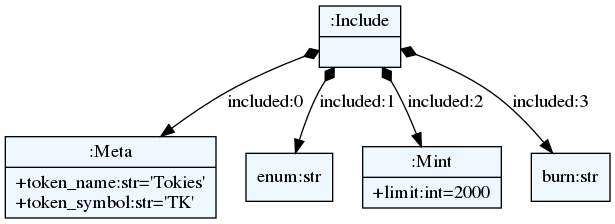
Earlier version of the Graphviz export dsl/model.nft.dot.png (DanChirtoaca/nfty). Its source is kept beside it as dsl/model.nft.dot. The source it was exported from:
```dot
    digraph xtext {
    fontname = "Bitstream Vera Sans"
    fontsize = 8
    node[
        shape=record,
        style=filled,
        fillcolor=aliceblue
    ]
    nodesep = 0.3
    edge[dir=black,arrowtail=empty]


140279166043808 -> 140279165588704 [label="included:0" arrowtail=diamond dir=both]
140279165588704[label="{:Meta|+token_name:str='Tokies'\l+token_symbol:str='TK'\l}"]
140279166043808 -> "enum:str" [label="included:1" arrowtail=diamond dir=both]
140279166043808 -> 140279165591056 [label="included:2" arrowtail=diamond dir=both]
140279165591056[label="{:Mint|+limit:int=2000\l}"]
140279166043808 -> "burn:str" [label="included:3" arrowtail=diamond dir=both]
140279166043808[label="{:Include|}"]

}
```
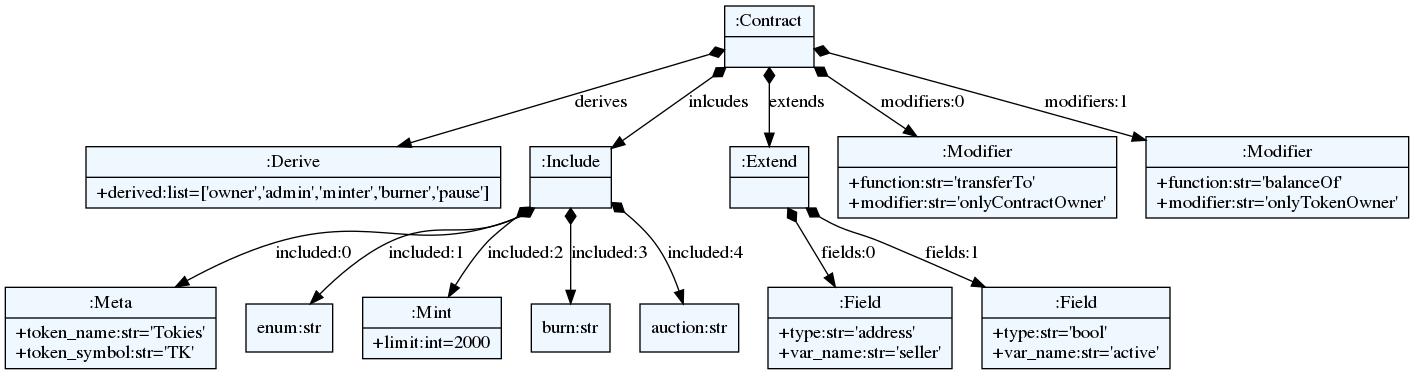
The same diagram one commit later.

The edit, as a diff of the source:
```diff
@@ -10,12 +10,27 @@
     edge[dir=black,arrowtail=empty]
 
 
-140279166043808 -> 140279165588704 [label="included:0" arrowtail=diamond dir=both]
-140279165588704[label="{:Meta|+token_name:str='Tokies'\l+token_symbol:str='TK'\l}"]
-140279166043808 -> "enum:str" [label="included:1" arrowtail=diamond dir=both]
-140279166043808 -> 140279165591056 [label="included:2" arrowtail=diamond dir=both]
-140279165591056[label="{:Mint|+limit:int=2000\l}"]
-140279166043808 -> "burn:str" [label="included:3" arrowtail=diamond dir=both]
-140279166043808[label="{:Include|}"]
+140593873138800 -> 140593873170672 [label="derives" arrowtail=diamond dir=both]
+140593873170672[label="{:Derive|+derived:list=['owner','admin','minter','burner','pause']\l}"]
+140593873138800 -> 140593873171232 [label="inlcudes" arrowtail=diamond dir=both]
+140593873171232 -> 140593873171456 [label="included:0" arrowtail=diamond dir=both]
+140593873171456[label="{:Meta|+token_name:str='Tokies'\l+token_symbol:str='TK'\l}"]
+140593873171232 -> "enum:str" [label="included:1" arrowtail=diamond dir=both]
+140593873171232 -> 140593873171512 [label="included:2" arrowtail=diamond dir=both]
+140593873171512[label="{:Mint|+limit:int=2000\l}"]
+140593873171232 -> "burn:str" [label="included:3" arrowtail=diamond dir=both]
+140593873171232 -> "auction:str" [label="included:4" arrowtail=diamond dir=both]
+140593873171232[label="{:Include|}"]
+140593873138800 -> 140593873171288 [label="extends" arrowtail=diamond dir=both]
+140593873171288 -> 140593873171792 [label="fields:0" arrowtail=diamond dir=both]
+140593873171792[label="{:Field|+type:str='address'\l+var_name:str='seller'\l}"]
+140593873171288 -> 140593873171736 [label="fields:1" arrowtail=diamond dir=both]
+140593873171736[label="{:Field|+type:str='bool'\l+var_name:str='active'\l}"]
+140593873171288[label="{:Extend|}"]
+140593873138800 -> 140593873171400 [label="modifiers:0" arrowtail=diamond dir=both]
+140593873171400[label="{:Modifier|+function:str='transferTo'\l+modifier:str='onlyContractOwner'\l}"]
+140593873138800 -> 140593873171680 [label="modifiers:1" arrowtail=diamond dir=both]
+140593873171680[label="{:Modifier|+function:str='balanceOf'\l+modifier:str='onlyTokenOwner'\l}"]
+140593873138800[label="{:Contract|}"]
 
 }
```
